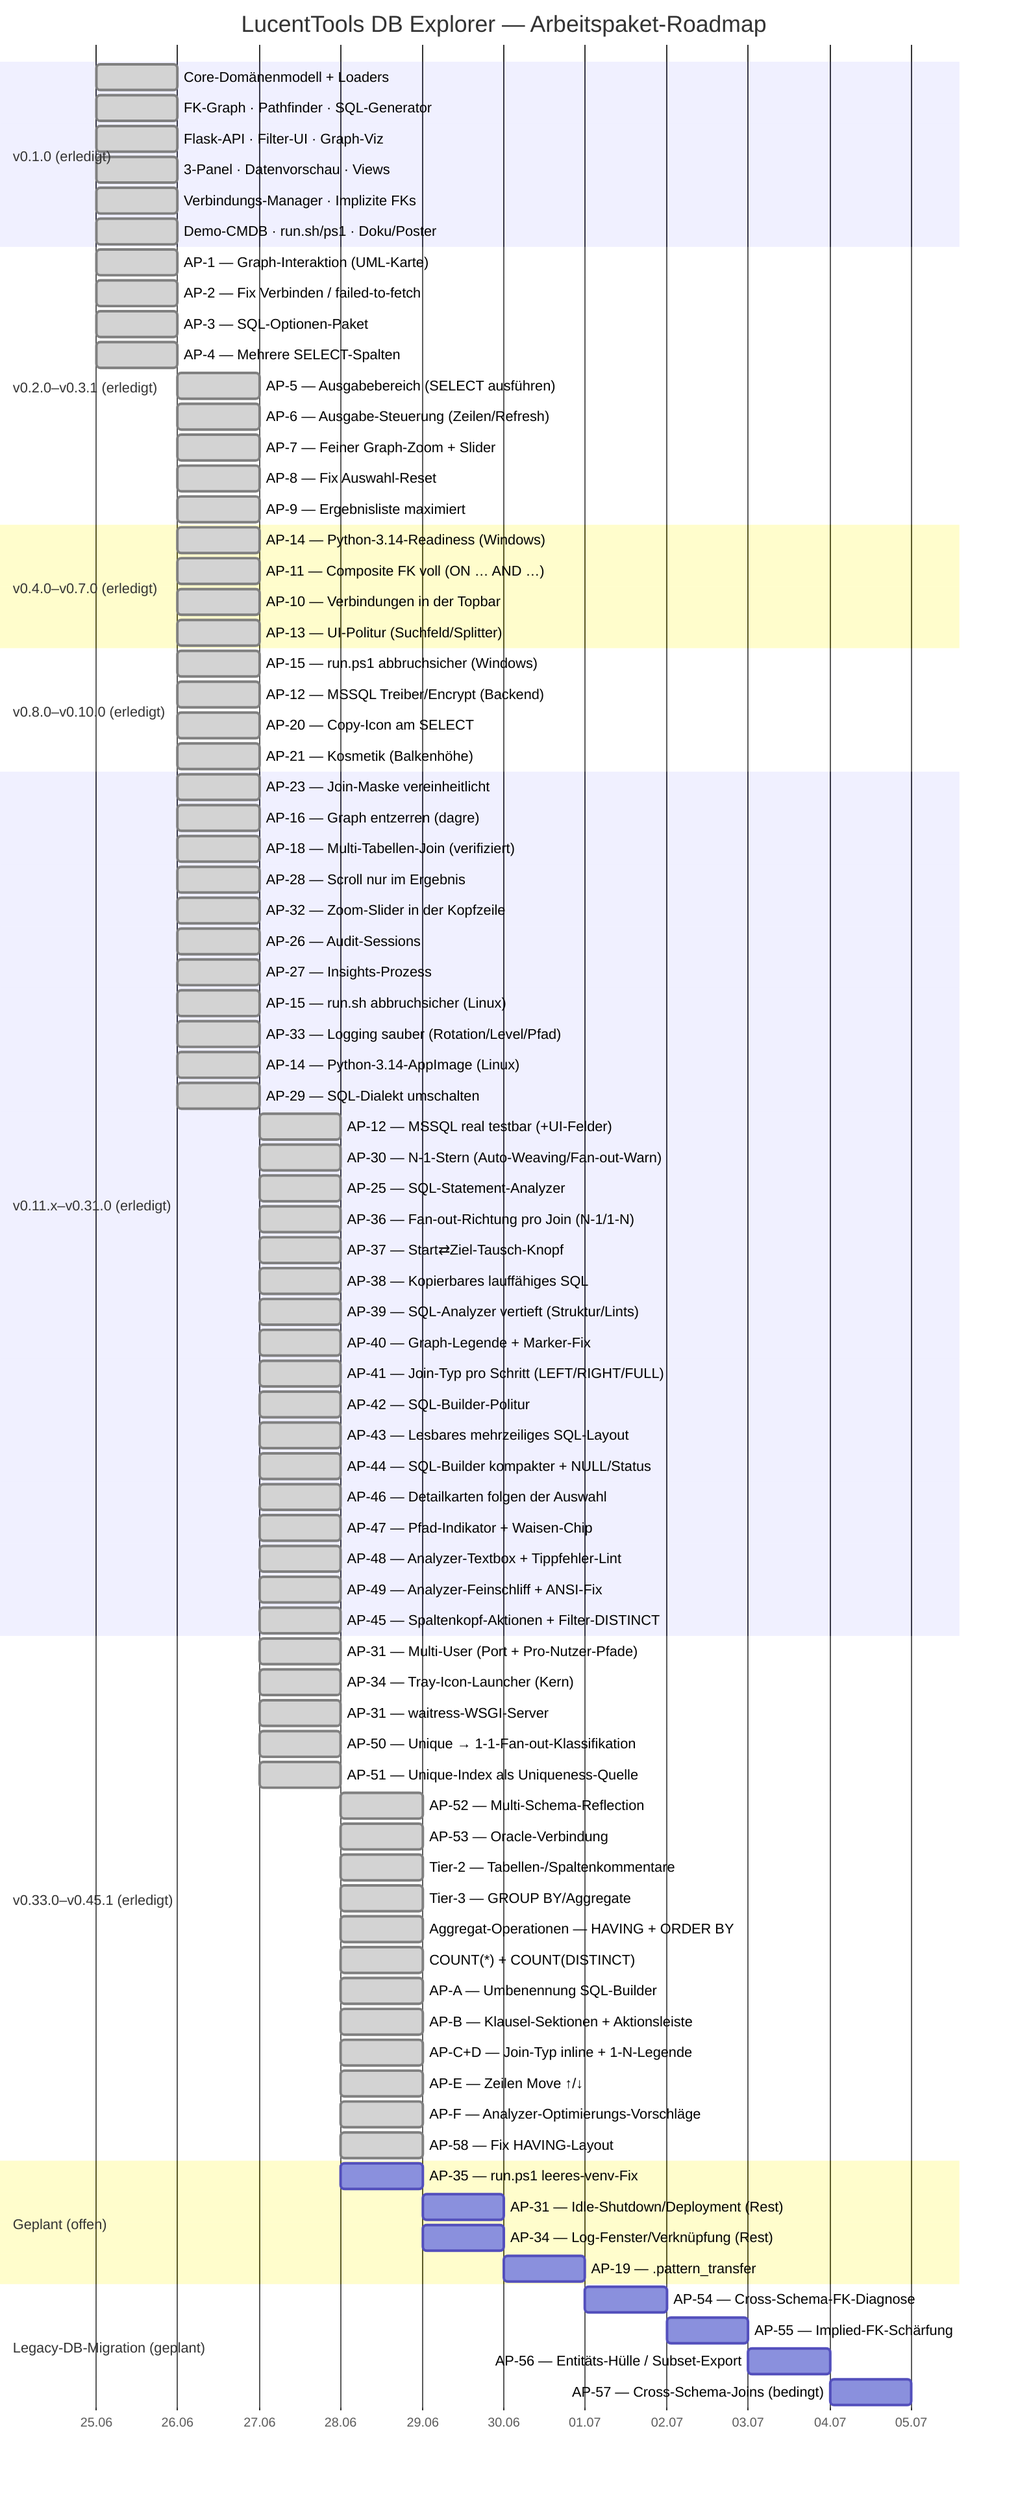
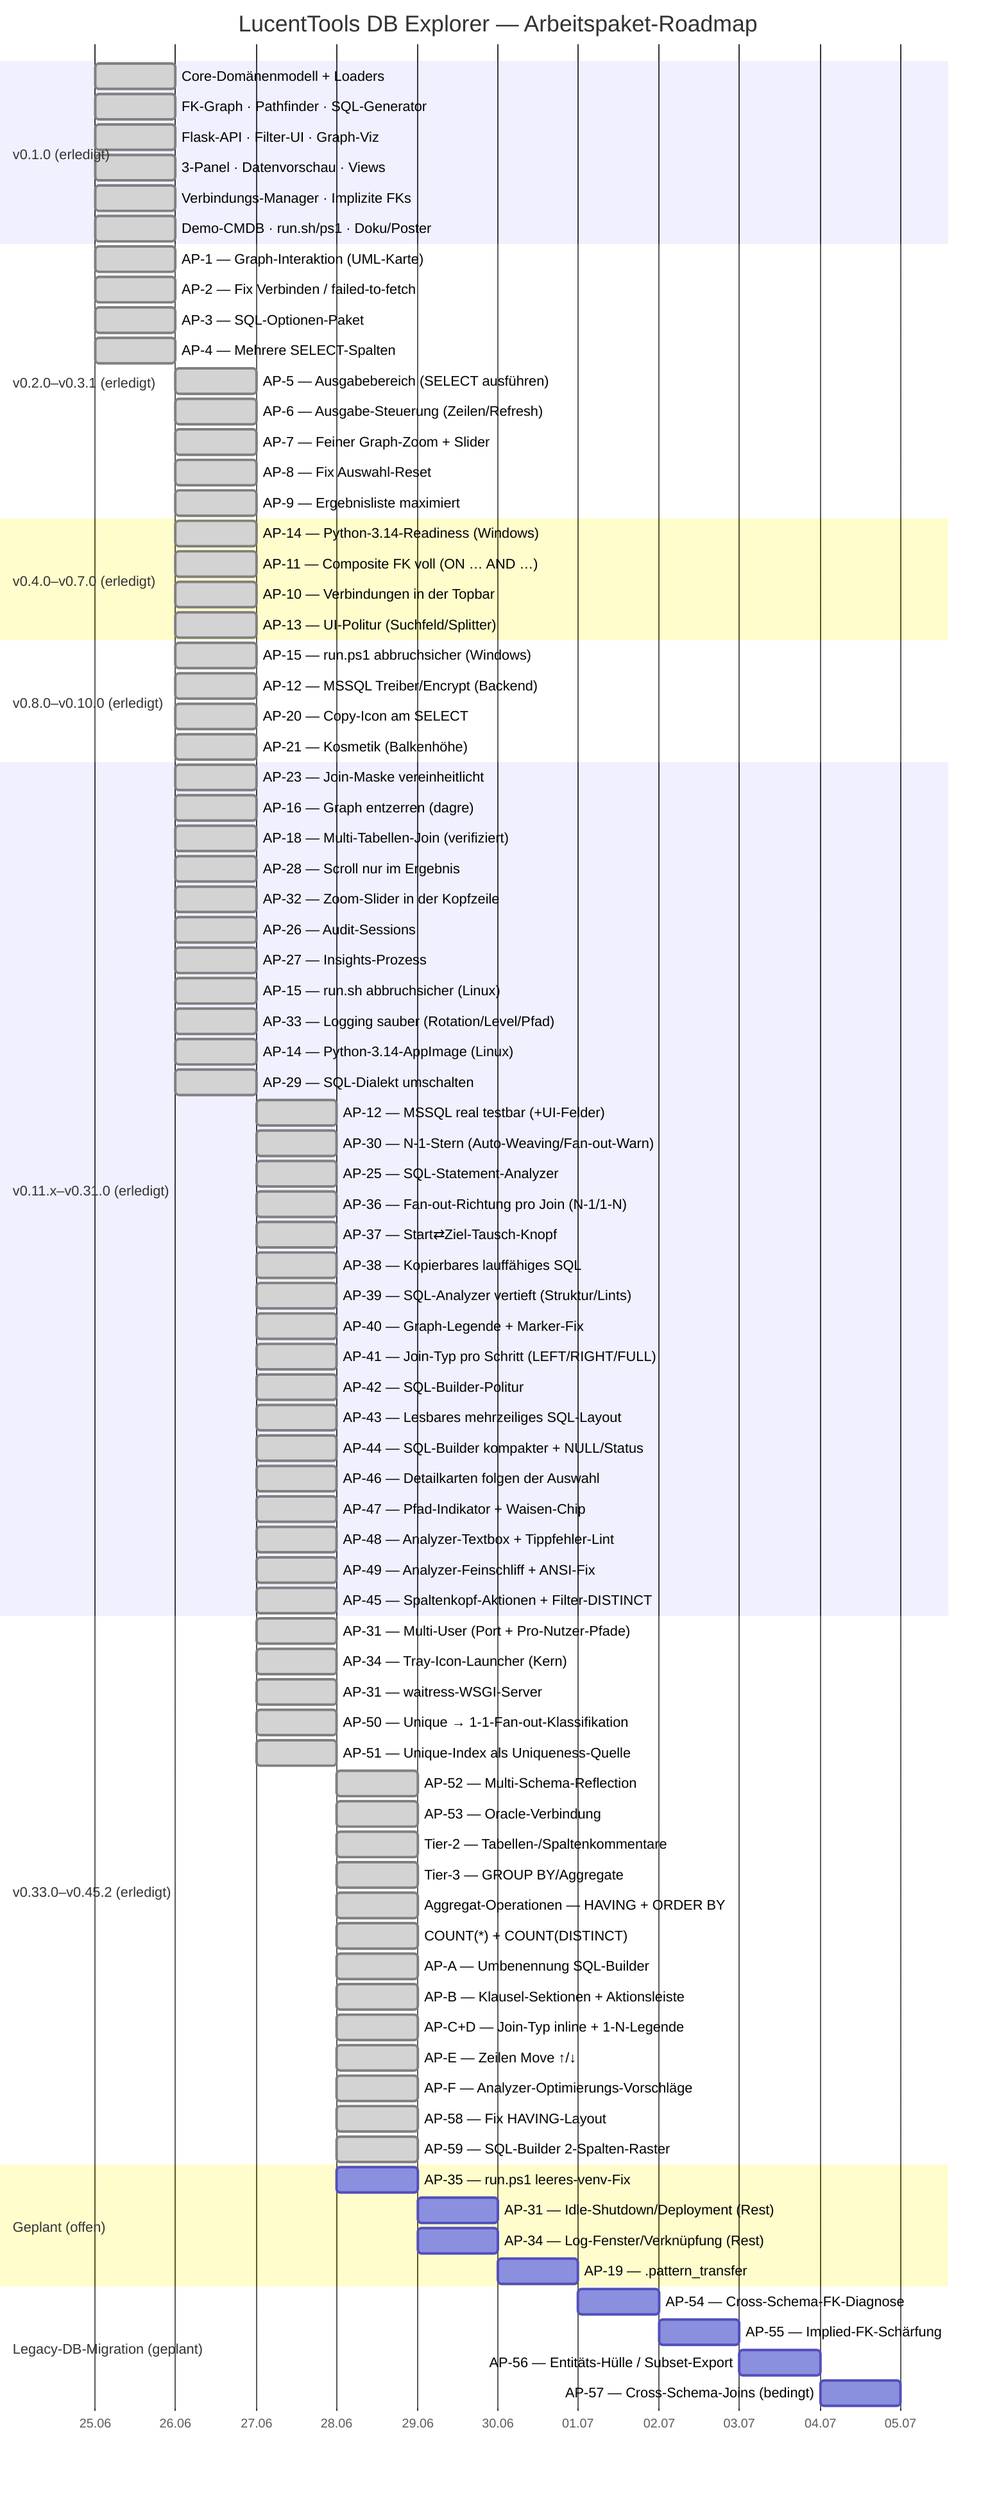
gantt
    title LucentTools DB Explorer — Arbeitspaket-Roadmap
    dateFormat  YYYY-MM-DD
    axisFormat  %d.%m

    section v0.1.0 (erledigt)
    Core-Domänenmodell + Loaders          :done, d1, 2026-06-25, 1d
    FK-Graph · Pathfinder · SQL-Generator :done, d2, 2026-06-25, 1d
    Flask-API · Filter-UI · Graph-Viz     :done, d3, 2026-06-25, 1d
    3-Panel · Datenvorschau · Views       :done, d4, 2026-06-25, 1d
    Verbindungs-Manager · Implizite FKs   :done, d5, 2026-06-25, 1d
    Demo-CMDB · run.sh/ps1 · Doku/Poster  :done, d6, 2026-06-25, 1d

    section v0.2.0–v0.3.1 (erledigt)
    AP-1 — Graph-Interaktion (UML-Karte)        :done, a1, 2026-06-25, 1d
    AP-2 — Fix Verbinden / failed-to-fetch      :done, a2, 2026-06-25, 1d
    AP-3 — SQL-Optionen-Paket                   :done, a3, 2026-06-25, 1d
    AP-4 — Mehrere SELECT-Spalten               :done, a4, 2026-06-25, 1d
    AP-5 — Ausgabebereich (SELECT ausführen)    :done, a5, 2026-06-26, 1d
    AP-6 — Ausgabe-Steuerung (Zeilen/Refresh)   :done, a6, 2026-06-26, 1d
    AP-7 — Feiner Graph-Zoom + Slider           :done, a7, 2026-06-26, 1d
    AP-8 — Fix Auswahl-Reset                    :done, a8, 2026-06-26, 1d
    AP-9 — Ergebnisliste maximiert              :done, a9, 2026-06-26, 1d

    section v0.4.0–v0.7.0 (erledigt)
    AP-14 — Python-3.14-Readiness (Windows)     :done, b1, 2026-06-26, 1d
    AP-11 — Composite FK voll (ON … AND …)      :done, b2, 2026-06-26, 1d
    AP-10 — Verbindungen in der Topbar          :done, b3, 2026-06-26, 1d
    AP-13 — UI-Politur (Suchfeld/Splitter)      :done, b4, 2026-06-26, 1d

    section v0.8.0–v0.10.0 (erledigt)
    AP-15 — run.ps1 abbruchsicher (Windows)     :done, c1, 2026-06-26, 1d
    AP-12 — MSSQL Treiber/Encrypt (Backend)     :done, c2, 2026-06-26, 1d
    AP-20 — Copy-Icon am SELECT                 :done, c3, 2026-06-26, 1d
    AP-21 — Kosmetik (Balkenhöhe)               :done, c4, 2026-06-26, 1d

    section v0.11.x–v0.31.0 (erledigt)
    AP-23 — Join-Maske vereinheitlicht          :done, e1, 2026-06-26, 1d
    AP-16 — Graph entzerren (dagre)             :done, e2, 2026-06-26, 1d
    AP-18 — Multi-Tabellen-Join (verifiziert)   :done, e3, 2026-06-26, 1d
    AP-28 — Scroll nur im Ergebnis              :done, e4, 2026-06-26, 1d
    AP-32 — Zoom-Slider in der Kopfzeile        :done, e5, 2026-06-26, 1d
    AP-26 — Audit-Sessions                      :done, e6, 2026-06-26, 1d
    AP-27 — Insights-Prozess                    :done, e7, 2026-06-26, 1d
    AP-15 — run.sh abbruchsicher (Linux)        :done, e8, 2026-06-26, 1d
    AP-33 — Logging sauber (Rotation/Level/Pfad) :done, e9, 2026-06-26, 1d
    AP-14 — Python-3.14-AppImage (Linux)         :done, e10, 2026-06-26, 1d
    AP-29 — SQL-Dialekt umschalten               :done, e11, 2026-06-26, 1d
    AP-12 — MSSQL real testbar (+UI-Felder)      :done, e12, 2026-06-27, 1d
    AP-30 — N-1-Stern (Auto-Weaving/Fan-out-Warn) :done, e13, 2026-06-27, 1d
    AP-25 — SQL-Statement-Analyzer               :done, e14, 2026-06-27, 1d
    AP-36 — Fan-out-Richtung pro Join (N-1/1-N)  :done, e15, 2026-06-27, 1d
    AP-37 — Start⇄Ziel-Tausch-Knopf              :done, e16, 2026-06-27, 1d
    AP-38 — Kopierbares lauffähiges SQL          :done, e17, 2026-06-27, 1d
    AP-39 — SQL-Analyzer vertieft (Struktur/Lints) :done, e18, 2026-06-27, 1d
    AP-40 — Graph-Legende + Marker-Fix           :done, e19, 2026-06-27, 1d
    AP-41 — Join-Typ pro Schritt (LEFT/RIGHT/FULL) :done, e20, 2026-06-27, 1d
    AP-42 — SQL-Builder-Politur                 :done, e21, 2026-06-27, 1d
    AP-43 — Lesbares mehrzeiliges SQL-Layout      :done, e22, 2026-06-27, 1d
    AP-44 — SQL-Builder kompakter + NULL/Status :done, e23, 2026-06-27, 1d
    AP-46 — Detailkarten folgen der Auswahl       :done, e24, 2026-06-27, 1d
    AP-47 — Pfad-Indikator + Waisen-Chip         :done, e25, 2026-06-27, 1d
    AP-48 — Analyzer-Textbox + Tippfehler-Lint   :done, e26, 2026-06-27, 1d
    AP-49 — Analyzer-Feinschliff + ANSI-Fix       :done, e27, 2026-06-27, 1d
    AP-45 — Spaltenkopf-Aktionen + Filter-DISTINCT :done, e28, 2026-06-27, 1d

-     section v0.33.0–v0.45.1 (erledigt)
+     section v0.33.0–v0.45.2 (erledigt)
    AP-31 — Multi-User (Port + Pro-Nutzer-Pfade) :done, f1, 2026-06-27, 1d
    AP-34 — Tray-Icon-Launcher (Kern)            :done, f2, 2026-06-27, 1d
    AP-31 — waitress-WSGI-Server                 :done, f3, 2026-06-27, 1d
    AP-50 — Unique → 1-1-Fan-out-Klassifikation  :done, f4, 2026-06-27, 1d
    AP-51 — Unique-Index als Uniqueness-Quelle   :done, f5, 2026-06-27, 1d
    AP-52 — Multi-Schema-Reflection              :done, f6, 2026-06-28, 1d
    AP-53 — Oracle-Verbindung                    :done, f7, 2026-06-28, 1d
    Tier-2 — Tabellen-/Spaltenkommentare         :done, f8, 2026-06-28, 1d
    Tier-3 — GROUP BY/Aggregate                  :done, f9, 2026-06-28, 1d
    Aggregat-Operationen — HAVING + ORDER BY     :done, f10, 2026-06-28, 1d
    COUNT(*) + COUNT(DISTINCT)                   :done, f11, 2026-06-28, 1d
    AP-A — Umbenennung SQL-Builder               :done, f12, 2026-06-28, 1d
    AP-B — Klausel-Sektionen + Aktionsleiste     :done, f13, 2026-06-28, 1d
    AP-C+D — Join-Typ inline + 1-N-Legende       :done, f14, 2026-06-28, 1d
    AP-E — Zeilen Move ↑/↓                        :done, f15, 2026-06-28, 1d
    AP-F — Analyzer-Optimierungs-Vorschläge      :done, f16, 2026-06-28, 1d
    AP-58 — Fix HAVING-Layout                    :done, f17, 2026-06-28, 1d
+     AP-59 — SQL-Builder 2-Spalten-Raster        :done, f18, 2026-06-28, 1d

    section Geplant (offen)
    AP-35 — run.ps1 leeres-venv-Fix             :p3, 2026-06-28, 1d
    AP-31 — Idle-Shutdown/Deployment (Rest)     :p5, 2026-06-29, 1d
    AP-34 — Log-Fenster/Verknüpfung (Rest)      :p6, 2026-06-29, 1d
    AP-19 — .pattern_transfer                   :p11, 2026-06-30, 1d

    section Legacy-DB-Migration (geplant)
    AP-54 — Cross-Schema-FK-Diagnose            :p20, 2026-07-01, 1d
    AP-55 — Implied-FK-Schärfung                :p21, 2026-07-02, 1d
    AP-56 — Entitäts-Hülle / Subset-Export      :p22, 2026-07-03, 1d
    AP-57 — Cross-Schema-Joins (bedingt)        :p23, 2026-07-04, 1d
